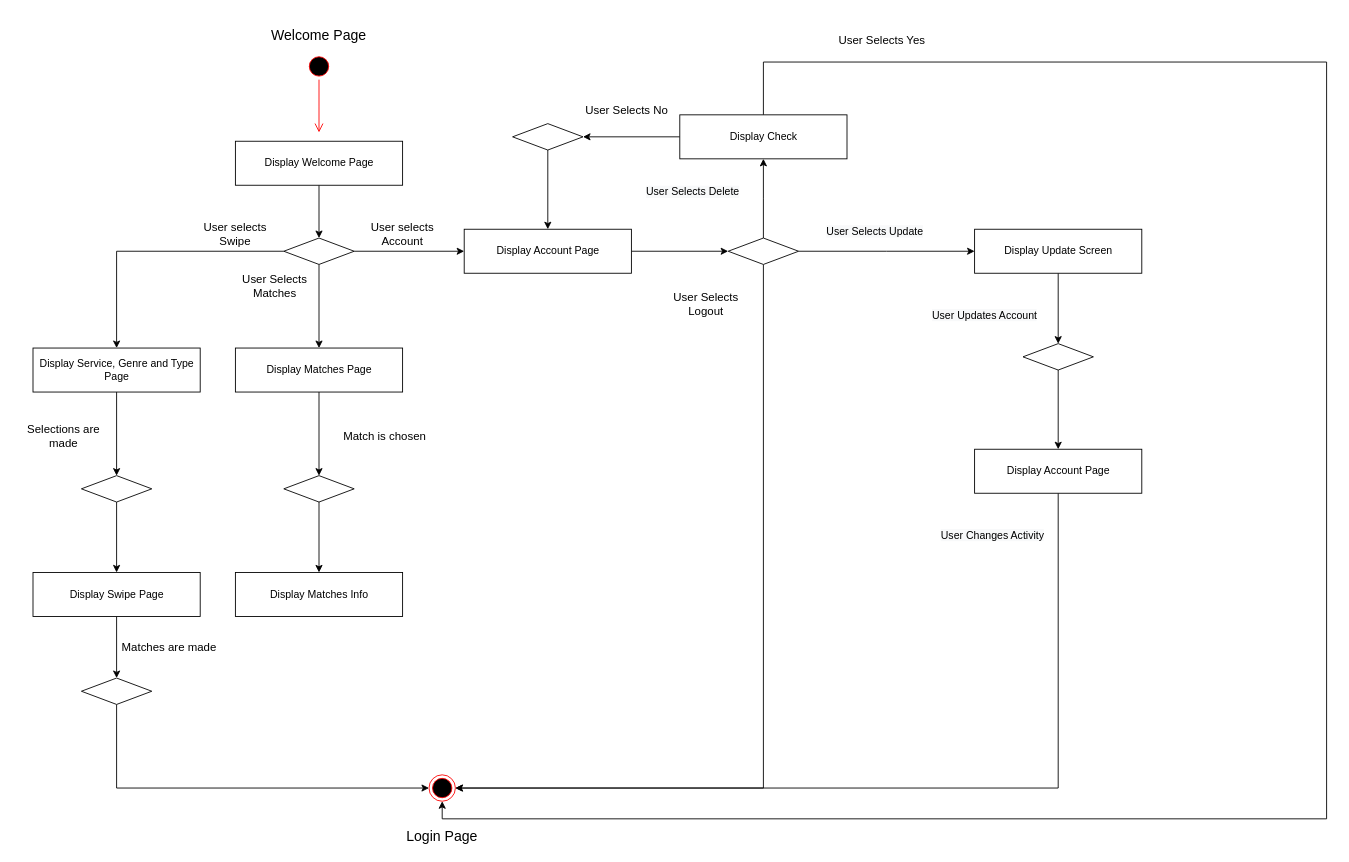
Before: page "Page-3" (7 of 10) of DIagrams.drawio in mathewpenny/MovieMatchV2, a draw.io diagram. Source tidied: cells renumbered, new cells numbered last; positions are measured from the earlier drawing's top-left corner, leaving out a move shared by most shapes. Both pictures are drawn from the tidied source at 88%, with x=0, y=0 at pixel (15, 18).
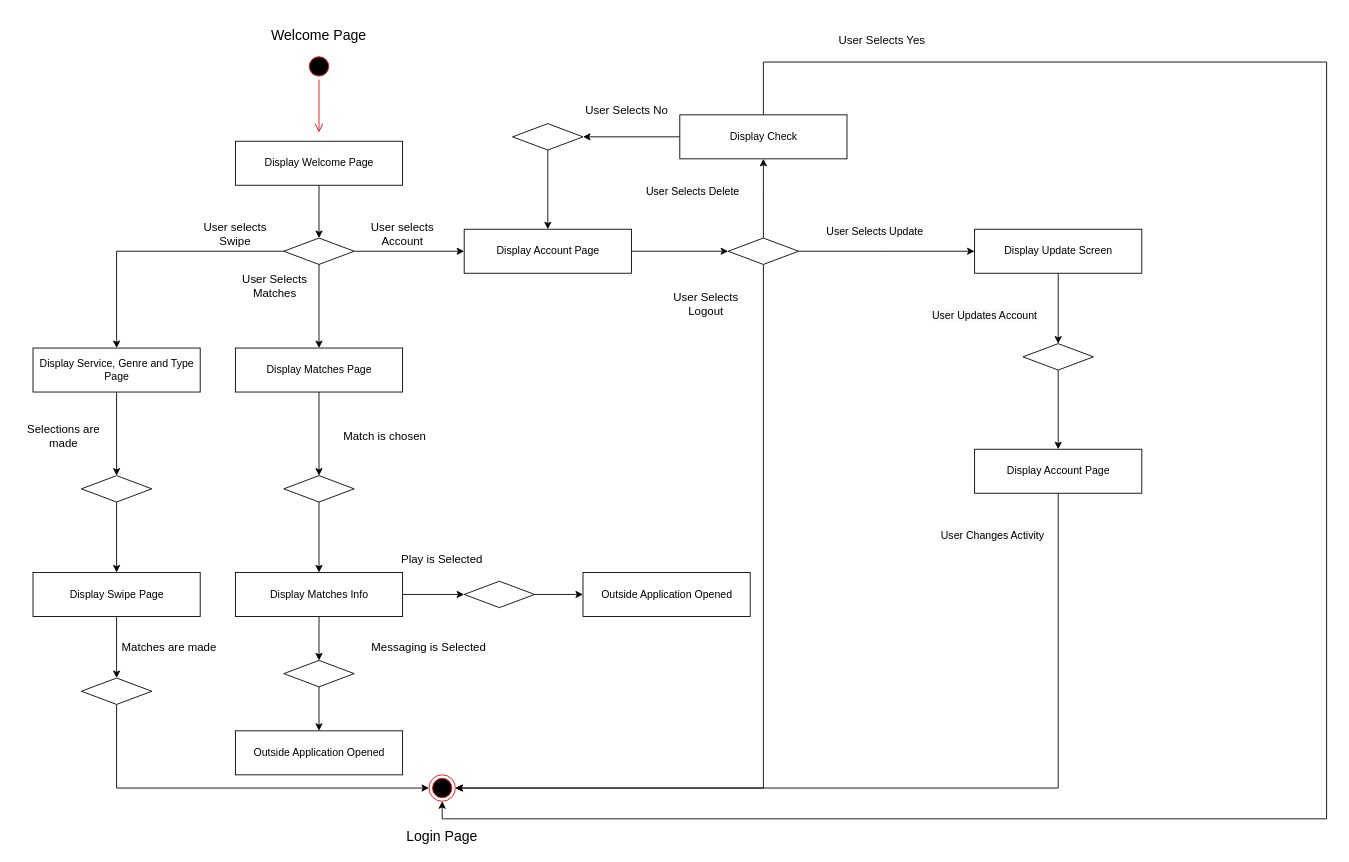
After the change.

The change refers to these unchanged cells:
```xml
<mxCell id="55" value="Display Matches Info" style="html=1;" parent="1" vertex="1">
  <mxGeometry x="250" y="630" width="190" height="50" as="geometry" />
</mxCell>
```

Diff of the diagram source:
```diff
@@
+    <mxCell id="56" style="edgeStyle=orthogonalEdgeStyle;rounded=0;jettySize=auto;html=1;fontSize=14;entryX=0;entryY=0.5;entryDx=0;entryDy=0;" parent="1" edge="1" source="55" target="61">
+      <mxGeometry relative="1" as="geometry" />
+    </mxCell>
+    <mxCell id="57" style="edgeStyle=orthogonalEdgeStyle;rounded=0;jettySize=auto;html=1;entryX=0.5;entryY=0;entryDx=0;entryDy=0;fontSize=14;" parent="1" edge="1" source="55" target="64">
+      <mxGeometry relative="1" as="geometry" />
+    </mxCell>
@@
+    <mxCell id="58" value="Outside Application Opened" style="html=1;" parent="1" vertex="1">
+      <mxGeometry x="645" y="630" width="190" height="50" as="geometry" />
+    </mxCell>
+    <mxCell id="59" value="&lt;font style=&quot;font-size: 13px;&quot;&gt;Play is Selected&lt;/font&gt;" style="text;html=1;strokeColor=none;fillColor=none;align=center;verticalAlign=middle;whiteSpace=wrap;rounded=0;" parent="1" vertex="1">
+      <mxGeometry x="425" y="600" width="120" height="30" as="geometry" />
+    </mxCell>
+    <mxCell id="60" style="edgeStyle=orthogonalEdgeStyle;rounded=0;jettySize=auto;html=1;entryX=0;entryY=0.5;entryDx=0;entryDy=0;fontSize=14;" parent="1" edge="1" source="61" target="58">
+      <mxGeometry relative="1" as="geometry" />
+    </mxCell>
+    <mxCell id="61" style="rhombus;whiteSpace=wrap;html=1;" parent="1" vertex="1">
+      <mxGeometry x="510" y="640" width="80" height="30" as="geometry" />
+    </mxCell>
+    <mxCell id="62" value="&lt;font style=&quot;font-size: 13px;&quot;&gt;Messaging is Selected&lt;/font&gt;" style="text;html=1;strokeColor=none;fillColor=none;align=center;verticalAlign=middle;whiteSpace=wrap;rounded=0;" parent="1" vertex="1">
+      <mxGeometry x="390" y="700" width="160" height="30" as="geometry" />
+    </mxCell>
+    <mxCell id="63" style="edgeStyle=orthogonalEdgeStyle;rounded=0;jettySize=auto;html=1;entryX=0.5;entryY=0;entryDx=0;entryDy=0;fontSize=14;" parent="1" edge="1" source="64" target="65">
+      <mxGeometry relative="1" as="geometry" />
+    </mxCell>
+    <mxCell id="64" style="rhombus;whiteSpace=wrap;html=1;" parent="1" vertex="1">
+      <mxGeometry x="305" y="730" width="80" height="30" as="geometry" />
+    </mxCell>
+    <mxCell id="65" value="Outside Application Opened" style="html=1;" parent="1" vertex="1">
+      <mxGeometry x="250" y="810" width="190" height="50" as="geometry" />
+    </mxCell>
```
